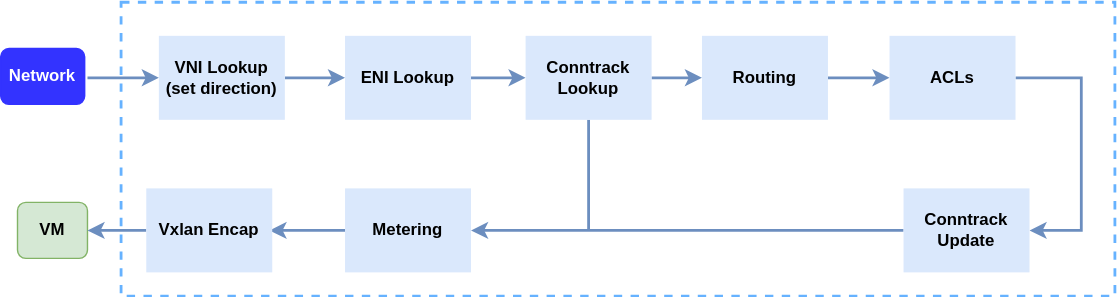
This is documentation/general/images/dash-hld-inbound-packet-processing-pipeline.svg from sonic-net/DASH, a draw.io export, as it was before one commit. Source tidied: cells renumbered, new cells last; positions are measured from the earlier drawing's top-left corner, leaving out a move shared by most shapes.
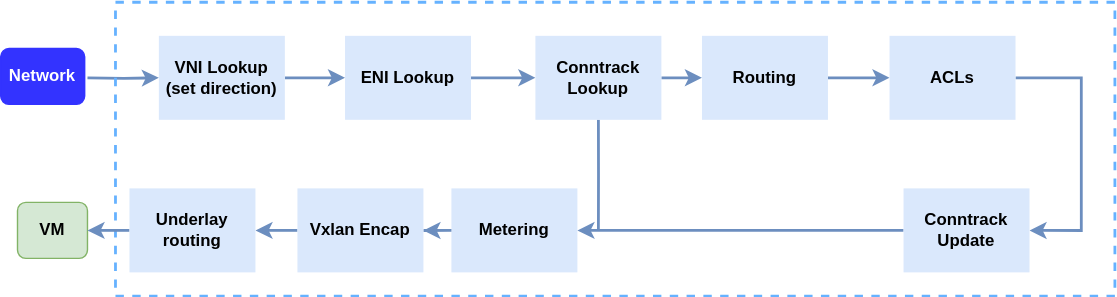
The same diagram one commit later.

Diff of the diagram source:
```diff
@@ -19,11 +19,11 @@
     </mxCell>
     <mxCell id="7" style="edgeStyle=orthogonalEdgeStyle;rounded=0;jettySize=auto;html=1;exitX=0.5;exitY=1;exitDx=0;exitDy=0;fontColor=#FFFFFF;strokeWidth=2;endArrow=none;endFill=0;fillColor=#dae8fc;strokeColor=#6c8ebf;" parent="1" edge="1" source="8">
       <mxGeometry relative="1" as="geometry">
-        <mxPoint x="420" y="163" as="targetPoint" />
+        <mxPoint x="427" y="163" as="targetPoint" />
       </mxGeometry>
     </mxCell>
     <mxCell id="8" value="Conntrack Lookup" style="rounded=0;whiteSpace=wrap;html=1;fillColor=#dae8fc;strokeColor=none;fontStyle=1;" parent="1" vertex="1">
-      <mxGeometry x="375" y="24" width="90" height="60" as="geometry" />
+      <mxGeometry x="382" y="24" width="90" height="60" as="geometry" />
     </mxCell>
     <mxCell id="9" style="edgeStyle=orthogonalEdgeStyle;rounded=0;jettySize=auto;html=1;exitX=1;exitY=0.5;exitDx=0;exitDy=0;entryX=0;entryY=0.5;entryDx=0;entryDy=0;fontColor=#FFFFFF;strokeWidth=2;fillColor=#dae8fc;strokeColor=#6c8ebf;" parent="1" edge="1" source="10" target="12">
       <mxGeometry relative="1" as="geometry" />
@@ -42,13 +42,11 @@
     <mxCell id="12" value="ACLs" style="rounded=0;whiteSpace=wrap;html=1;fillColor=#dae8fc;strokeColor=none;fontStyle=1;" parent="1" vertex="1">
       <mxGeometry x="635" y="24" width="90" height="60" as="geometry" />
     </mxCell>
-    <mxCell id="13" style="edgeStyle=orthogonalEdgeStyle;rounded=0;jettySize=auto;html=1;exitX=0;exitY=0.5;exitDx=0;exitDy=0;fontColor=#FFFFFF;strokeWidth=2;fillColor=#dae8fc;strokeColor=#6c8ebf;" parent="1" edge="1" source="14">
-      <mxGeometry relative="1" as="geometry">
-        <mxPoint x="192" y="163" as="targetPoint" />
-      </mxGeometry>
+    <mxCell id="13" style="edgeStyle=orthogonalEdgeStyle;rounded=0;jettySize=auto;html=1;exitX=0;exitY=0.5;exitDx=0;exitDy=0;fontColor=#FFFFFF;strokeWidth=2;fillColor=#dae8fc;strokeColor=#6c8ebf;entryX=1;entryY=0.5;entryDx=0;entryDy=0;" parent="1" edge="1" source="22" target="23">
+      <mxGeometry relative="1" as="geometry" />
     </mxCell>
     <mxCell id="14" value="Metering" style="rounded=0;whiteSpace=wrap;html=1;fillColor=#dae8fc;strokeColor=none;fontStyle=1;" parent="1" vertex="1">
-      <mxGeometry x="246" y="133" width="90" height="60" as="geometry" />
+      <mxGeometry x="322" y="133" width="90" height="60" as="geometry" />
     </mxCell>
     <mxCell id="15" style="edgeStyle=orthogonalEdgeStyle;rounded=0;jettySize=auto;html=1;exitX=0;exitY=0.5;exitDx=0;exitDy=0;entryX=1;entryY=0.5;entryDx=0;entryDy=0;fontColor=#FFFFFF;strokeWidth=2;fillColor=#dae8fc;strokeColor=#6c8ebf;" parent="1" edge="1" source="16" target="14">
       <mxGeometry relative="1" as="geometry" />
@@ -62,7 +60,7 @@
       </mxGeometry>
     </mxCell>
     <mxCell id="18" style="rounded=0;whiteSpace=wrap;html=1;fontColor=#FFFFFF;strokeColor=#66B2FF;fillColor=none;dashed=1;strokeWidth=2;" parent="1" vertex="1">
-      <mxGeometry x="86" width="710" height="210" as="geometry" />
+      <mxGeometry x="82" width="714" height="210" as="geometry" />
     </mxCell>
     <mxCell id="19" value="&lt;font color=&quot;#ffffff&quot;&gt;&lt;b&gt;Network&lt;/b&gt;&lt;/font&gt;" style="rounded=1;whiteSpace=wrap;html=1;fillColor=#3333FF;strokeColor=#3333FF;" parent="1" vertex="1">
       <mxGeometry y="33" width="60" height="40" as="geometry" />
@@ -70,11 +68,17 @@
     <mxCell id="20" value="&lt;b&gt;VM&lt;/b&gt;" style="rounded=1;whiteSpace=wrap;html=1;fillColor=#d5e8d4;strokeColor=#82b366;" parent="1" vertex="1">
       <mxGeometry x="12" y="143" width="50" height="40" as="geometry" />
     </mxCell>
-    <mxCell id="21" style="edgeStyle=orthogonalEdgeStyle;rounded=0;jettySize=auto;html=1;exitX=0;exitY=0.5;exitDx=0;exitDy=0;entryX=1;entryY=0.5;entryDx=0;entryDy=0;fontColor=#FFFFFF;endArrow=classic;endFill=1;strokeWidth=2;fillColor=#dae8fc;strokeColor=#6c8ebf;" parent="1" edge="1" source="22" target="20">
+    <mxCell id="21" style="edgeStyle=orthogonalEdgeStyle;rounded=0;jettySize=auto;html=1;exitX=0;exitY=0.5;exitDx=0;exitDy=0;entryX=1;entryY=0.5;entryDx=0;entryDy=0;fontColor=#FFFFFF;endArrow=classic;endFill=1;strokeWidth=2;fillColor=#dae8fc;strokeColor=#6c8ebf;" parent="1" edge="1" source="23" target="20">
       <mxGeometry relative="1" as="geometry" />
     </mxCell>
+    <mxCell id="23" value="Underlay routing" style="rounded=0;whiteSpace=wrap;html=1;fillColor=#dae8fc;strokeColor=none;fontStyle=1;" parent="1" vertex="1">
+      <mxGeometry x="92" y="133" width="90" height="60" as="geometry" />
+    </mxCell>
+    <mxCell id="24" style="edgeStyle=orthogonalEdgeStyle;rounded=0;jettySize=auto;html=1;exitX=0;exitY=0.5;exitDx=0;exitDy=0;fontColor=#FFFFFF;strokeWidth=2;fillColor=#dae8fc;strokeColor=#6c8ebf;" parent="1" edge="1" source="14" target="22">
+      <mxGeometry relative="1" as="geometry" />
+    </mxCell>
     <mxCell id="22" value="Vxlan Encap" style="rounded=0;whiteSpace=wrap;html=1;fillColor=#dae8fc;strokeColor=none;fontStyle=1;" parent="1" vertex="1">
-      <mxGeometry x="104" y="133" width="90" height="60" as="geometry" />
+      <mxGeometry x="212" y="133" width="90" height="60" as="geometry" />
     </mxCell>
   </root>
 </mxGraphModel>
```
